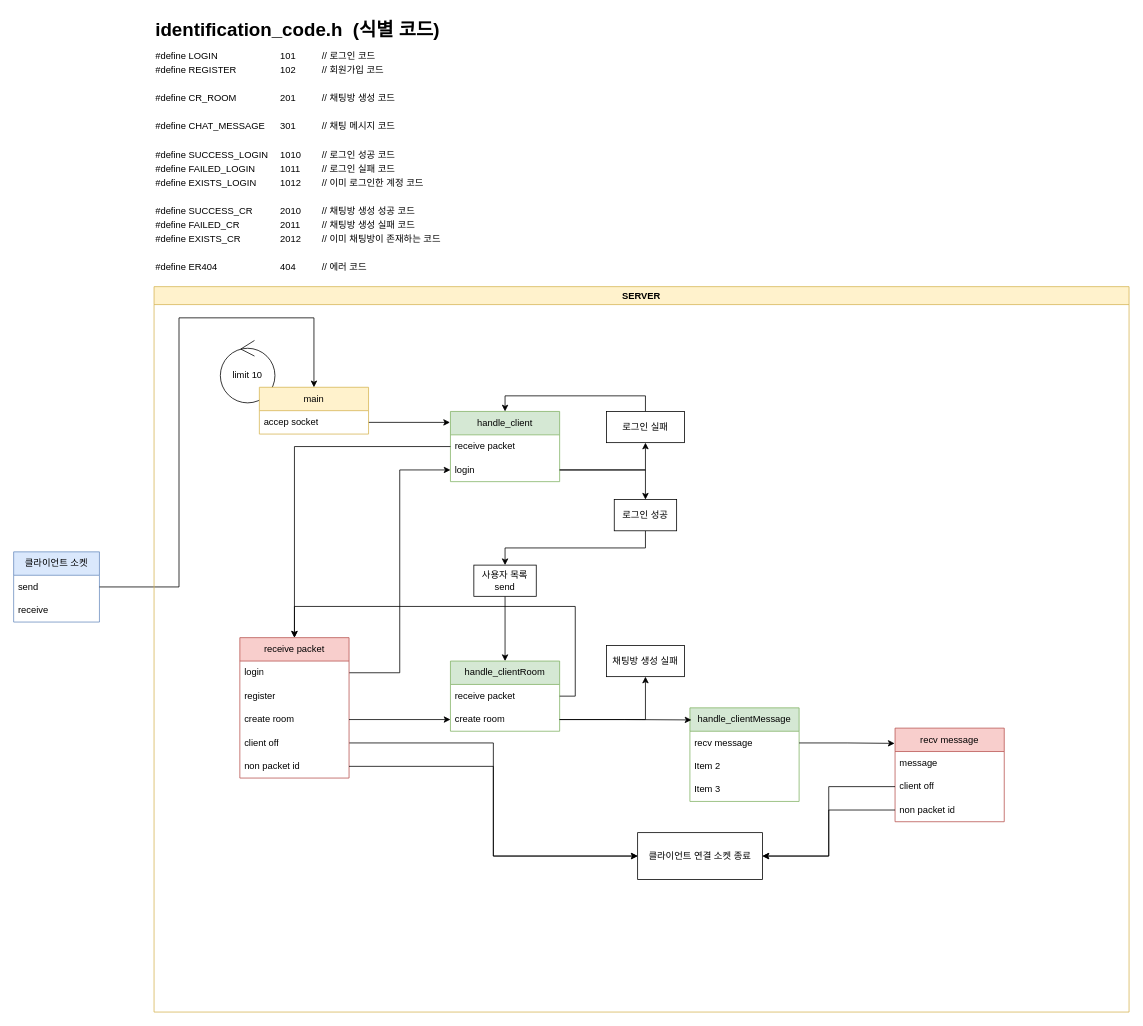
This is 0924 소켓 서버.drawio from jh051777/chat, a draw.io file, before an edit. Source tidied: cells renumbered, new cells numbered last; positions are measured from the earlier drawing's top-left corner, leaving out a move shared by most shapes. Both pictures are drawn from the tidied source at 78%, with x=0, y=0 at pixel (13, 13).
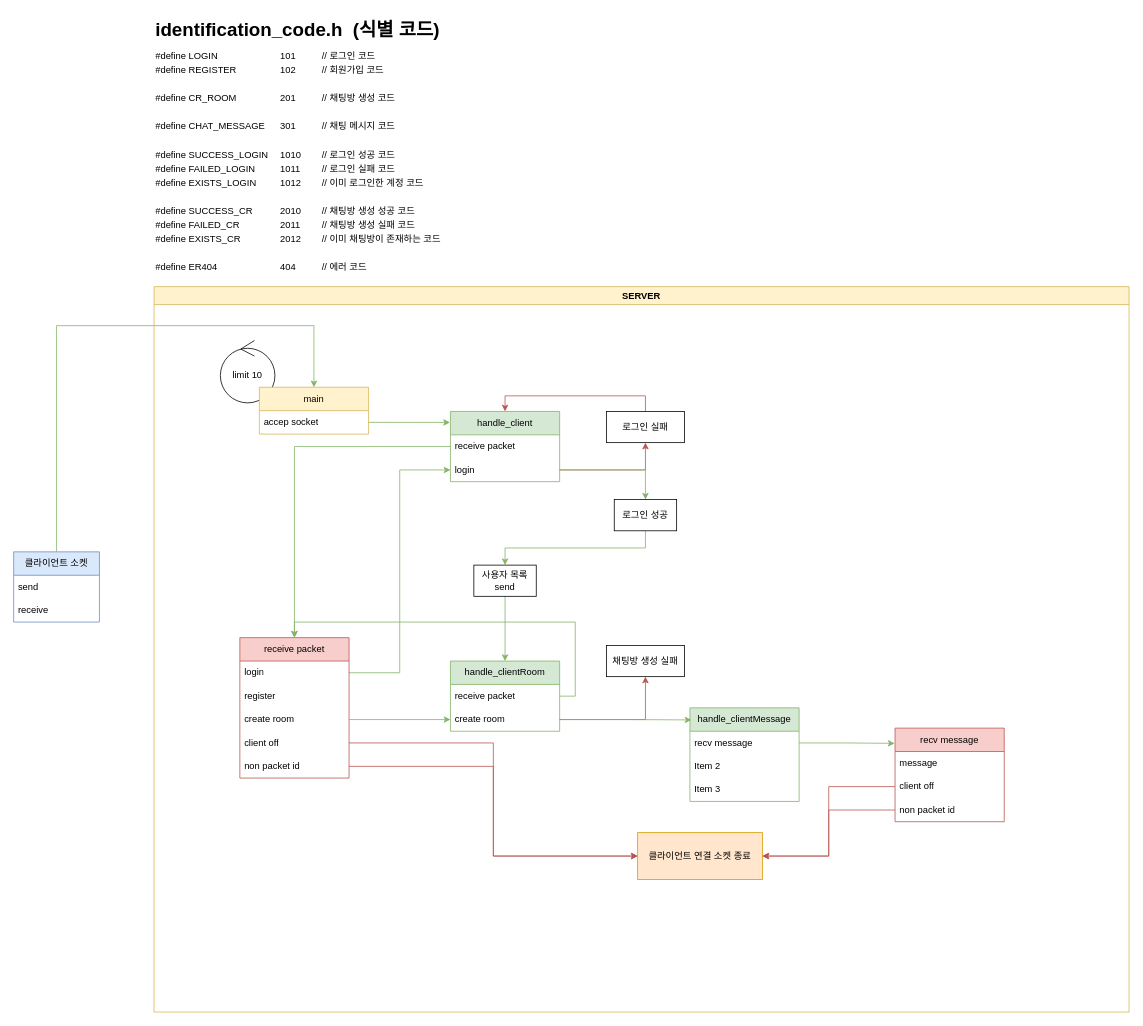
Above is the later version.

Commit message:
0926 소켓 서버.drawio 업데이트

Unchanged cells that the change refers to:
```xml
<mxCell id="3" value="handle_client" style="swimlane;fontStyle=0;horizontal=1;startSize=30;whiteSpace=wrap;html=1;fillColor=#d5e8d4;strokeColor=#82b366;" parent="1" vertex="1">
  <mxGeometry x="560" y="510" width="140" height="90" as="geometry" />
</mxCell>
<mxCell id="4" value="receive packet" style="text;strokeColor=none;fillColor=none;align=left;verticalAlign=middle;spacingLeft=4;spacingRight=4;overflow=hidden;points=[[0,0.5],[1,0.5]];portConstraint=eastwest;whiteSpace=wrap;html=1;" parent="3" vertex="1">
  <mxGeometry y="30" width="140" height="30" as="geometry" />
</mxCell>
<mxCell id="5" value="login" style="text;strokeColor=none;fillColor=none;align=left;verticalAlign=middle;spacingLeft=4;spacingRight=4;overflow=hidden;points=[[0,0.5],[1,0.5]];portConstraint=eastwest;whiteSpace=wrap;html=1;" parent="3" vertex="1">
  <mxGeometry y="60" width="140" height="30" as="geometry" />
</mxCell>
<mxCell id="8" value="receive packet" style="swimlane;fontStyle=0;horizontal=1;startSize=30;whiteSpace=wrap;html=1;fillColor=#f8cecc;strokeColor=#b85450;" parent="1" vertex="1">
  <mxGeometry x="290" y="800" width="140" height="180" as="geometry" />
</mxCell>
<mxCell id="11" value="create room" style="text;strokeColor=none;fillColor=none;align=left;verticalAlign=middle;spacingLeft=4;spacingRight=4;overflow=hidden;points=[[0,0.5],[1,0.5]];portConstraint=eastwest;whiteSpace=wrap;html=1;" parent="8" vertex="1">
  <mxGeometry y="90" width="140" height="30" as="geometry" />
</mxCell>
<mxCell id="13" value="non packet id" style="text;strokeColor=none;fillColor=none;align=left;verticalAlign=middle;spacingLeft=4;spacingRight=4;overflow=hidden;points=[[0,0.5],[1,0.5]];portConstraint=eastwest;whiteSpace=wrap;html=1;" parent="8" vertex="1">
  <mxGeometry y="150" width="140" height="30" as="geometry" />
</mxCell>
<mxCell id="14" value="recv message" style="swimlane;fontStyle=0;horizontal=1;startSize=30;whiteSpace=wrap;html=1;fillColor=#f8cecc;strokeColor=#b85450;" parent="1" vertex="1">
  <mxGeometry x="1130" y="916" width="140" height="120" as="geometry" />
</mxCell>
<mxCell id="16" value="client off" style="text;strokeColor=none;fillColor=none;align=left;verticalAlign=middle;spacingLeft=4;spacingRight=4;overflow=hidden;points=[[0,0.5],[1,0.5]];portConstraint=eastwest;whiteSpace=wrap;html=1;" parent="14" vertex="1">
  <mxGeometry y="60" width="140" height="30" as="geometry" />
</mxCell>
<mxCell id="17" value="non packet id" style="text;strokeColor=none;fillColor=none;align=left;verticalAlign=middle;spacingLeft=4;spacingRight=4;overflow=hidden;points=[[0,0.5],[1,0.5]];portConstraint=eastwest;whiteSpace=wrap;html=1;" parent="14" vertex="1">
  <mxGeometry y="90" width="140" height="30" as="geometry" />
</mxCell>
<mxCell id="18" value="handle_clientRoom" style="swimlane;fontStyle=0;horizontal=1;startSize=30;whiteSpace=wrap;html=1;fillColor=#d5e8d4;strokeColor=#82b366;" parent="1" vertex="1">
  <mxGeometry x="560" y="830" width="140" height="90" as="geometry" />
</mxCell>
<mxCell id="19" value="receive packet" style="text;strokeColor=none;fillColor=none;align=left;verticalAlign=middle;spacingLeft=4;spacingRight=4;overflow=hidden;points=[[0,0.5],[1,0.5]];portConstraint=eastwest;whiteSpace=wrap;html=1;" parent="18" vertex="1">
  <mxGeometry y="30" width="140" height="30" as="geometry" />
</mxCell>
<mxCell id="20" value="create room" style="text;strokeColor=none;fillColor=none;align=left;verticalAlign=middle;spacingLeft=4;spacingRight=4;overflow=hidden;points=[[0,0.5],[1,0.5]];portConstraint=eastwest;whiteSpace=wrap;html=1;" parent="18" vertex="1">
  <mxGeometry y="60" width="140" height="30" as="geometry" />
</mxCell>
<mxCell id="23" value="로그인 실패" style="rounded=0;whiteSpace=wrap;html=1;" parent="1" vertex="1">
  <mxGeometry x="760" y="510" width="100" height="40" as="geometry" />
</mxCell>
<mxCell id="25" value="채팅방 생성 실패" style="rounded=0;whiteSpace=wrap;html=1;" parent="1" vertex="1">
  <mxGeometry x="760" y="810" width="100" height="40" as="geometry" />
</mxCell>
<mxCell id="28" value="handle_clientMessage" style="swimlane;fontStyle=0;horizontal=1;startSize=30;whiteSpace=wrap;html=1;fillColor=#d5e8d4;strokeColor=#82b366;" parent="1" vertex="1">
  <mxGeometry x="867" y="890" width="140" height="120" as="geometry" />
</mxCell>
<mxCell id="29" value="recv message" style="text;strokeColor=none;fillColor=none;align=left;verticalAlign=middle;spacingLeft=4;spacingRight=4;overflow=hidden;points=[[0,0.5],[1,0.5]];portConstraint=eastwest;whiteSpace=wrap;html=1;" parent="28" vertex="1">
  <mxGeometry y="30" width="140" height="30" as="geometry" />
</mxCell>
<mxCell id="41" value="로그인 성공" style="rounded=0;whiteSpace=wrap;html=1;" parent="1" vertex="1">
  <mxGeometry x="770" y="623" width="80" height="40" as="geometry" />
</mxCell>
<mxCell id="43" value="사용자 목록 send" style="rounded=0;whiteSpace=wrap;html=1;" parent="1" vertex="1">
  <mxGeometry x="590" y="707" width="80" height="40" as="geometry" />
</mxCell>
<mxCell id="46" value="main" style="swimlane;fontStyle=0;horizontal=1;startSize=30;whiteSpace=wrap;html=1;fillColor=#fff2cc;strokeColor=#d6b656;" parent="44" vertex="1">
  <mxGeometry x="50" y="60" width="140" height="60" as="geometry" />
</mxCell>
<mxCell id="47" value="accep socket" style="text;strokeColor=none;fillColor=none;align=left;verticalAlign=middle;spacingLeft=4;spacingRight=4;overflow=hidden;points=[[0,0.5],[1,0.5]];portConstraint=eastwest;whiteSpace=wrap;html=1;" parent="46" vertex="1">
  <mxGeometry y="30" width="140" height="30" as="geometry" />
</mxCell>
<mxCell id="49" value="클라이언트 소켓" style="swimlane;fontStyle=0;horizontal=1;startSize=30;whiteSpace=wrap;html=1;fillColor=#dae8fc;strokeColor=#6c8ebf;" parent="1" vertex="1">
  <mxGeometry y="690" width="110" height="90" as="geometry" />
</mxCell>
<mxCell id="50" value="send" style="text;strokeColor=none;fillColor=none;align=left;verticalAlign=middle;spacingLeft=4;spacingRight=4;overflow=hidden;points=[[0,0.5],[1,0.5]];portConstraint=eastwest;whiteSpace=wrap;html=1;" parent="49" vertex="1">
  <mxGeometry y="30" width="110" height="30" as="geometry" />
</mxCell>
```

Change to the diagram source:
```diff
@@
-    <mxCell id="6" style="edgeStyle=orthogonalEdgeStyle;rounded=0;jettySize=auto;html=1;exitX=1;exitY=0.25;exitDx=0;exitDy=0;entryX=0;entryY=0.5;entryDx=0;entryDy=0;" parent="1" edge="1" source="8" target="5">
+    <mxCell id="6" style="edgeStyle=orthogonalEdgeStyle;rounded=0;jettySize=auto;html=1;exitX=1;exitY=0.25;exitDx=0;exitDy=0;entryX=0;entryY=0.5;entryDx=0;entryDy=0;fillColor=#d5e8d4;strokeColor=#82b366;" parent="1" edge="1" source="8" target="5">
       <mxGeometry relative="1" as="geometry" />
     </mxCell>
-    <mxCell id="7" style="edgeStyle=orthogonalEdgeStyle;rounded=0;jettySize=auto;html=1;exitX=1;exitY=0.75;exitDx=0;exitDy=0;entryX=0;entryY=0.5;entryDx=0;entryDy=0;" parent="1" edge="1" source="8" target="34">
+    <mxCell id="7" style="edgeStyle=orthogonalEdgeStyle;rounded=0;jettySize=auto;html=1;exitX=1;exitY=0.75;exitDx=0;exitDy=0;entryX=0;entryY=0.5;entryDx=0;entryDy=0;fillColor=#f8cecc;strokeColor=#b85450;" parent="1" edge="1" source="8" target="34">
       <mxGeometry relative="1" as="geometry" />
     </mxCell>
@@
-    <mxCell id="21" style="edgeStyle=orthogonalEdgeStyle;rounded=0;jettySize=auto;html=1;exitX=1;exitY=0.5;exitDx=0;exitDy=0;entryX=-0.004;entryY=0.156;entryDx=0;entryDy=0;entryPerimeter=0;" parent="1" edge="1" source="47" target="3">
+    <mxCell id="21" style="edgeStyle=orthogonalEdgeStyle;rounded=0;jettySize=auto;html=1;exitX=1;exitY=0.5;exitDx=0;exitDy=0;entryX=-0.004;entryY=0.156;entryDx=0;entryDy=0;entryPerimeter=0;fillColor=#d5e8d4;strokeColor=#82b366;" parent="1" edge="1" source="47" target="3">
       <mxGeometry relative="1" as="geometry" />
     </mxCell>
-    <mxCell id="22" style="edgeStyle=orthogonalEdgeStyle;rounded=0;jettySize=auto;html=1;exitX=0.5;exitY=0;exitDx=0;exitDy=0;entryX=0.5;entryY=0;entryDx=0;entryDy=0;" parent="1" edge="1" source="23" target="3">
+    <mxCell id="22" style="edgeStyle=orthogonalEdgeStyle;rounded=0;jettySize=auto;html=1;exitX=0.5;exitY=0;exitDx=0;exitDy=0;entryX=0.5;entryY=0;entryDx=0;entryDy=0;fillColor=#f8cecc;strokeColor=#b85450;" parent="1" edge="1" source="23" target="3">
       <mxGeometry relative="1" as="geometry" />
     </mxCell>
@@
-    <mxCell id="24" style="edgeStyle=orthogonalEdgeStyle;rounded=0;jettySize=auto;html=1;exitX=1;exitY=0.5;exitDx=0;exitDy=0;entryX=0;entryY=0.5;entryDx=0;entryDy=0;" parent="1" edge="1" source="11" target="20">
+    <mxCell id="24" style="edgeStyle=orthogonalEdgeStyle;rounded=0;jettySize=auto;html=1;exitX=1;exitY=0.5;exitDx=0;exitDy=0;entryX=0;entryY=0.5;entryDx=0;entryDy=0;fillColor=#d5e8d4;strokeColor=#82b366;" parent="1" edge="1" source="11" target="20">
       <mxGeometry relative="1" as="geometry" />
     </mxCell>
@@
-    <mxCell id="26" style="edgeStyle=orthogonalEdgeStyle;rounded=0;jettySize=auto;html=1;exitX=1;exitY=0.5;exitDx=0;exitDy=0;entryX=0.5;entryY=1;entryDx=0;entryDy=0;" parent="1" edge="1" source="5" target="23">
+    <mxCell id="26" style="edgeStyle=orthogonalEdgeStyle;rounded=0;jettySize=auto;html=1;exitX=1;exitY=0.5;exitDx=0;exitDy=0;entryX=0.5;entryY=1;entryDx=0;entryDy=0;fillColor=#f8cecc;strokeColor=#b85450;" parent="1" edge="1" source="5" target="23">
       <mxGeometry relative="1" as="geometry" />
     </mxCell>
-    <mxCell id="27" style="edgeStyle=orthogonalEdgeStyle;rounded=0;jettySize=auto;html=1;exitX=1;exitY=0.5;exitDx=0;exitDy=0;entryX=0.5;entryY=1;entryDx=0;entryDy=0;" parent="1" edge="1" source="20" target="25">
+    <mxCell id="27" style="edgeStyle=orthogonalEdgeStyle;rounded=0;jettySize=auto;html=1;exitX=1;exitY=0.5;exitDx=0;exitDy=0;entryX=0.5;entryY=1;entryDx=0;entryDy=0;fillColor=#f8cecc;strokeColor=#b85450;" parent="1" edge="1" source="20" target="25">
       <mxGeometry relative="1" as="geometry" />
     </mxCell>
@@
-    <mxCell id="32" style="edgeStyle=orthogonalEdgeStyle;rounded=0;jettySize=auto;html=1;exitX=1;exitY=0.5;exitDx=0;exitDy=0;entryX=-0.004;entryY=0.163;entryDx=0;entryDy=0;entryPerimeter=0;" parent="1" edge="1" source="29" target="14">
+    <mxCell id="32" style="edgeStyle=orthogonalEdgeStyle;rounded=0;jettySize=auto;html=1;exitX=1;exitY=0.5;exitDx=0;exitDy=0;entryX=-0.004;entryY=0.163;entryDx=0;entryDy=0;entryPerimeter=0;fillColor=#d5e8d4;strokeColor=#82b366;" parent="1" edge="1" source="29" target="14">
       <mxGeometry relative="1" as="geometry" />
     </mxCell>
-    <mxCell id="33" style="edgeStyle=orthogonalEdgeStyle;rounded=0;jettySize=auto;html=1;exitX=1;exitY=0.5;exitDx=0;exitDy=0;entryX=0.5;entryY=0;entryDx=0;entryDy=0;" parent="1" edge="1" source="19" target="8">
+    <mxCell id="33" style="edgeStyle=orthogonalEdgeStyle;rounded=0;jettySize=auto;html=1;exitX=1;exitY=0.5;exitDx=0;exitDy=0;entryX=0.5;entryY=0;entryDx=0;entryDy=0;fillColor=#d5e8d4;strokeColor=#82b366;" parent="1" edge="1" source="19" target="8">
       <mxGeometry relative="1" as="geometry">
         <Array as="points">
           <mxPoint x="720" y="875" />
-          <mxPoint x="720" y="760" />
-          <mxPoint x="360" y="760" />
+          <mxPoint x="720" y="780" />
+          <mxPoint x="360" y="780" />
         </Array>
       </mxGeometry>
     </mxCell>
-    <mxCell id="34" value="클라이언트 연결 소켓 종료" style="rounded=0;whiteSpace=wrap;html=1;" parent="1" vertex="1">
+    <mxCell id="34" value="클라이언트 연결 소켓 종료" style="rounded=0;whiteSpace=wrap;html=1;fillColor=#ffe6cc;strokeColor=#d79b00;" parent="1" vertex="1">
       <mxGeometry x="800" y="1050" width="160" height="60" as="geometry" />
     </mxCell>
-    <mxCell id="35" style="edgeStyle=orthogonalEdgeStyle;rounded=0;jettySize=auto;html=1;exitX=1;exitY=0.5;exitDx=0;exitDy=0;entryX=0.014;entryY=0.129;entryDx=0;entryDy=0;entryPerimeter=0;" parent="1" edge="1" source="20" target="28">
+    <mxCell id="35" style="edgeStyle=orthogonalEdgeStyle;rounded=0;jettySize=auto;html=1;exitX=1;exitY=0.5;exitDx=0;exitDy=0;entryX=0.014;entryY=0.129;entryDx=0;entryDy=0;entryPerimeter=0;fillColor=#d5e8d4;strokeColor=#82b366;" parent="1" edge="1" source="20" target="28">
       <mxGeometry relative="1" as="geometry" />
     </mxCell>
-    <mxCell id="36" style="edgeStyle=orthogonalEdgeStyle;rounded=0;jettySize=auto;html=1;exitX=0;exitY=0.5;exitDx=0;exitDy=0;entryX=1;entryY=0.5;entryDx=0;entryDy=0;" parent="1" edge="1" source="16" target="34">
+    <mxCell id="36" style="edgeStyle=orthogonalEdgeStyle;rounded=0;jettySize=auto;html=1;exitX=0;exitY=0.5;exitDx=0;exitDy=0;entryX=1;entryY=0.5;entryDx=0;entryDy=0;fillColor=#f8cecc;strokeColor=#b85450;" parent="1" edge="1" source="16" target="34">
       <mxGeometry relative="1" as="geometry" />
     </mxCell>
-    <mxCell id="37" style="edgeStyle=orthogonalEdgeStyle;rounded=0;jettySize=auto;html=1;exitX=1;exitY=0.5;exitDx=0;exitDy=0;entryX=0;entryY=0.5;entryDx=0;entryDy=0;" parent="1" edge="1" source="13" target="34">
+    <mxCell id="37" style="edgeStyle=orthogonalEdgeStyle;rounded=0;jettySize=auto;html=1;exitX=1;exitY=0.5;exitDx=0;exitDy=0;entryX=0;entryY=0.5;entryDx=0;entryDy=0;fillColor=#f8cecc;strokeColor=#b85450;" parent="1" edge="1" source="13" target="34">
       <mxGeometry relative="1" as="geometry" />
     </mxCell>
-    <mxCell id="38" style="edgeStyle=orthogonalEdgeStyle;rounded=0;jettySize=auto;html=1;exitX=0;exitY=0.5;exitDx=0;exitDy=0;entryX=1;entryY=0.5;entryDx=0;entryDy=0;" parent="1" edge="1" source="17" target="34">
+    <mxCell id="38" style="edgeStyle=orthogonalEdgeStyle;rounded=0;jettySize=auto;html=1;exitX=0;exitY=0.5;exitDx=0;exitDy=0;entryX=1;entryY=0.5;entryDx=0;entryDy=0;fillColor=#f8cecc;strokeColor=#b85450;" parent="1" edge="1" source="17" target="34">
       <mxGeometry relative="1" as="geometry" />
     </mxCell>
-    <mxCell id="39" style="edgeStyle=orthogonalEdgeStyle;rounded=0;jettySize=auto;html=1;exitX=1;exitY=0.5;exitDx=0;exitDy=0;entryX=0.5;entryY=0;entryDx=0;entryDy=0;" parent="1" edge="1" source="5" target="41">
+    <mxCell id="39" style="edgeStyle=orthogonalEdgeStyle;rounded=0;jettySize=auto;html=1;exitX=1;exitY=0.5;exitDx=0;exitDy=0;entryX=0.5;entryY=0;entryDx=0;entryDy=0;fillColor=#d5e8d4;strokeColor=#82b366;" parent="1" edge="1" source="5" target="41">
       <mxGeometry relative="1" as="geometry" />
     </mxCell>
-    <mxCell id="40" style="edgeStyle=orthogonalEdgeStyle;rounded=0;jettySize=auto;html=1;exitX=0.5;exitY=1;exitDx=0;exitDy=0;entryX=0.5;entryY=0;entryDx=0;entryDy=0;" parent="1" edge="1" source="41" target="43">
+    <mxCell id="40" style="edgeStyle=orthogonalEdgeStyle;rounded=0;jettySize=auto;html=1;exitX=0.5;exitY=1;exitDx=0;exitDy=0;entryX=0.5;entryY=0;entryDx=0;entryDy=0;fillColor=#d5e8d4;strokeColor=#82b366;" parent="1" edge="1" source="41" target="43">
       <mxGeometry relative="1" as="geometry" />
     </mxCell>
@@
-    <mxCell id="42" style="edgeStyle=orthogonalEdgeStyle;rounded=0;jettySize=auto;html=1;exitX=0.5;exitY=1;exitDx=0;exitDy=0;entryX=0.5;entryY=0;entryDx=0;entryDy=0;" parent="1" edge="1" source="43" target="18">
+    <mxCell id="42" style="edgeStyle=orthogonalEdgeStyle;rounded=0;jettySize=auto;html=1;exitX=0.5;exitY=1;exitDx=0;exitDy=0;entryX=0.5;entryY=0;entryDx=0;entryDy=0;fillColor=#d5e8d4;strokeColor=#82b366;" parent="1" edge="1" source="43" target="18">
       <mxGeometry relative="1" as="geometry" />
     </mxCell>
@@
-    <mxCell id="48" style="edgeStyle=orthogonalEdgeStyle;rounded=0;jettySize=auto;html=1;exitX=0;exitY=0.5;exitDx=0;exitDy=0;entryX=0.5;entryY=0;entryDx=0;entryDy=0;" parent="1" edge="1" source="4" target="8">
+    <mxCell id="48" style="edgeStyle=orthogonalEdgeStyle;rounded=0;jettySize=auto;html=1;exitX=0;exitY=0.5;exitDx=0;exitDy=0;entryX=0.5;entryY=0;entryDx=0;entryDy=0;fillColor=#d5e8d4;strokeColor=#82b366;" parent="1" edge="1" source="4" target="8">
       <mxGeometry relative="1" as="geometry" />
     </mxCell>
+    <mxCell id="54" style="edgeStyle=orthogonalEdgeStyle;rounded=0;jettySize=auto;html=1;exitX=0.5;exitY=0;exitDx=0;exitDy=0;entryX=0.5;entryY=0;entryDx=0;entryDy=0;fillColor=#d5e8d4;strokeColor=#82b366;" parent="1" edge="1" source="49" target="46">
+      <mxGeometry relative="1" as="geometry">
+        <Array as="points">
+          <mxPoint x="55" y="400" />
+          <mxPoint x="385" y="400" />
+        </Array>
+      </mxGeometry>
+    </mxCell>
@@
-    <mxCell id="52" style="edgeStyle=orthogonalEdgeStyle;rounded=0;jettySize=auto;html=1;exitX=1;exitY=0.5;exitDx=0;exitDy=0;entryX=0.5;entryY=0;entryDx=0;entryDy=0;" parent="1" edge="1" source="50" target="46">
-      <mxGeometry relative="1" as="geometry">
-        <Array as="points">
-          <mxPoint x="212" y="735" />
-          <mxPoint x="212" y="390" />
-          <mxPoint x="385" y="390" />
-        </Array>
-      </mxGeometry>
-    </mxCell>
```
